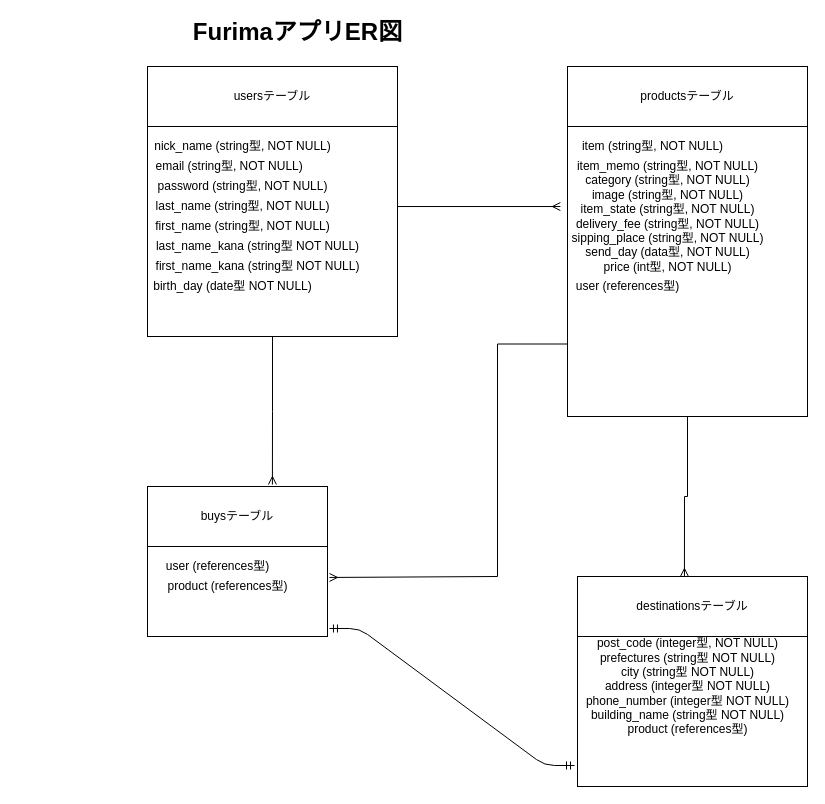
The draw.io diagram furima.dio in yukesu26/furima-33080, before the edit. Source tidied: cells renumbered, new cells numbered last; positions are measured from the earlier drawing's top-left corner, leaving out a move shared by most shapes. Both pictures are drawn from the tidied source at 100%, with x=0, y=0 at pixel (82, 26).
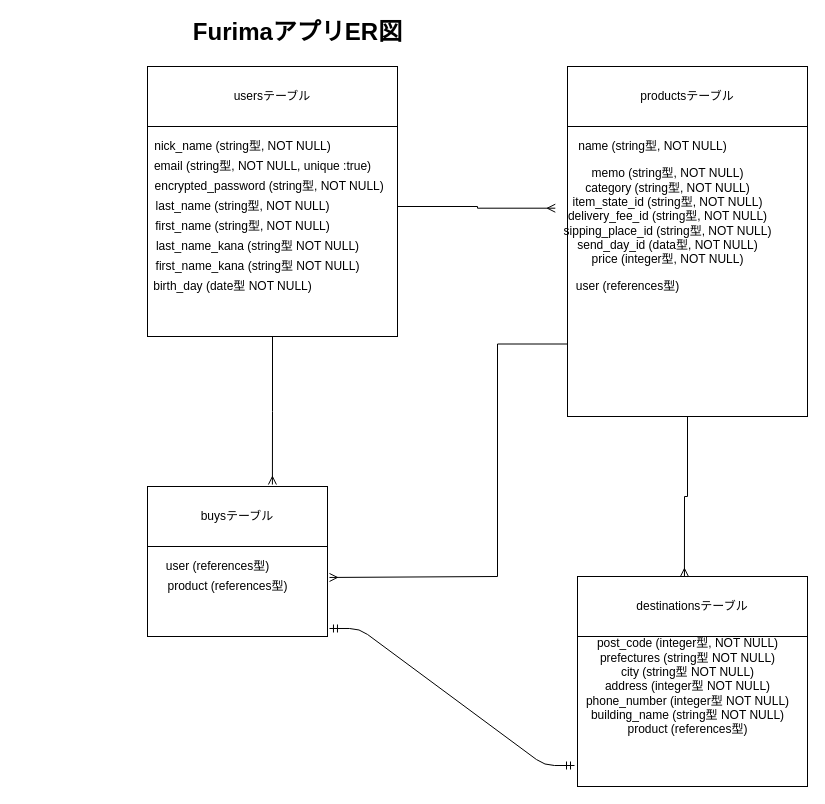
Above is the later version.

What changed in the source:
```diff
@@
-    <mxCell id="8" value="&amp;nbsp; &amp;nbsp; &amp;nbsp; &amp;nbsp; &amp;nbsp; &amp;nbsp; &amp;nbsp; &amp;nbsp; &amp;nbsp; &amp;nbsp;email (string型, NOT NULL)" style="text;html=1;align=center;verticalAlign=middle;" parent="1" vertex="1">
-      <mxGeometry y="130" width="230" height="20" as="geometry" />
+    <mxCell id="8" value="&amp;nbsp; &amp;nbsp; &amp;nbsp; &amp;nbsp; &amp;nbsp; &amp;nbsp; &amp;nbsp; &amp;nbsp; &amp;nbsp; &amp;nbsp; &amp;nbsp; &amp;nbsp; &amp;nbsp; &amp;nbsp; &amp;nbsp; &amp;nbsp; &amp;nbsp; &amp;nbsp; &amp;nbsp; &amp;nbsp;email (string型, NOT NULL, unique :true)" style="text;html=1;align=center;verticalAlign=middle;" parent="1" vertex="1">
+      <mxGeometry x="-65" y="130" width="360" height="20" as="geometry" />
     </mxCell>
-    <mxCell id="9" value="password (string型, NOT NULL)" style="text;html=1;align=center;verticalAlign=middle;" parent="1" vertex="1">
-      <mxGeometry x="65" y="150" width="190" height="20" as="geometry" />
+    <mxCell id="9" value="&amp;nbsp; &amp;nbsp; &amp;nbsp; &amp;nbsp; &amp;nbsp; &amp;nbsp; &amp;nbsp; &amp;nbsp; encrypted_password (string型, NOT NULL)" style="text;html=1;align=center;verticalAlign=middle;" parent="1" vertex="1">
+      <mxGeometry x="10" y="150" width="300" height="20" as="geometry" />
     </mxCell>
@@
-    <mxCell id="19" value="item (string型, NOT NULL)" style="text;html=1;align=center;verticalAlign=middle;" parent="1" vertex="1">
+    <mxCell id="19" value="name (string型, NOT NULL)" style="text;html=1;align=center;verticalAlign=middle;" parent="1" vertex="1">
       <mxGeometry x="490" y="110" width="160" height="20" as="geometry" />
     </mxCell>
-    <mxCell id="20" value="item_memo (string型, NOT NULL)&lt;br&gt;category (string型, NOT NULL)&lt;br&gt;image (string型, NOT NULL)&lt;br&gt;item_state (string型, NOT NULL)&lt;br&gt;delivery_fee (string型, NOT NULL)&lt;br&gt;sipping_place (string型, NOT NULL)&lt;br&gt;send_day (data型, NOT NULL)&lt;br&gt;price (int型, NOT NULL)" style="text;html=1;align=center;verticalAlign=middle;points=[];" parent="1" vertex="1">
-      <mxGeometry x="480" y="130" width="210" height="120" as="geometry" />
+    <mxCell id="20" value="memo (string型, NOT NULL)&lt;br&gt;category (string型, NOT NULL)&lt;br&gt;item_state_id (string型, NOT NULL)&lt;br&gt;delivery_fee_id (string型, NOT NULL)&lt;br&gt;sipping_place_id (string型, NOT NULL)&lt;br&gt;send_day_id (data型, NOT NULL)&lt;br&gt;price (integer型, NOT NULL)" style="text;html=1;align=center;verticalAlign=middle;points=[];" parent="1" vertex="1">
+      <mxGeometry x="475" y="140" width="220" height="100" as="geometry" />
     </mxCell>
```
